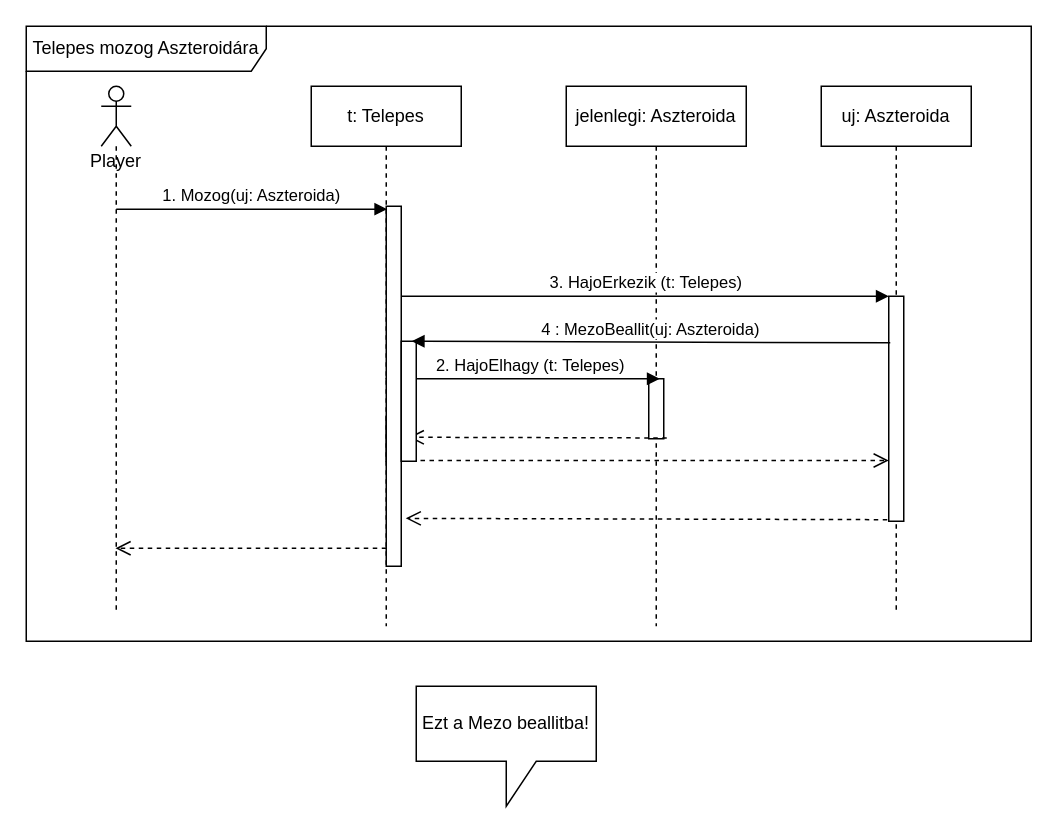
Earlier version of the draw.io diagram doc/szekvencia/szek_TelepesMozog.drawio (torpeBoiGo/aszteroidabanyaszat). Source tidied: cells renumbered, new cells numbered last; positions are measured from the earlier drawing's top-left corner, leaving out a move shared by most shapes. Both pictures are drawn from the tidied source at 150%, with x=0, y=0 at pixel (26, 26).
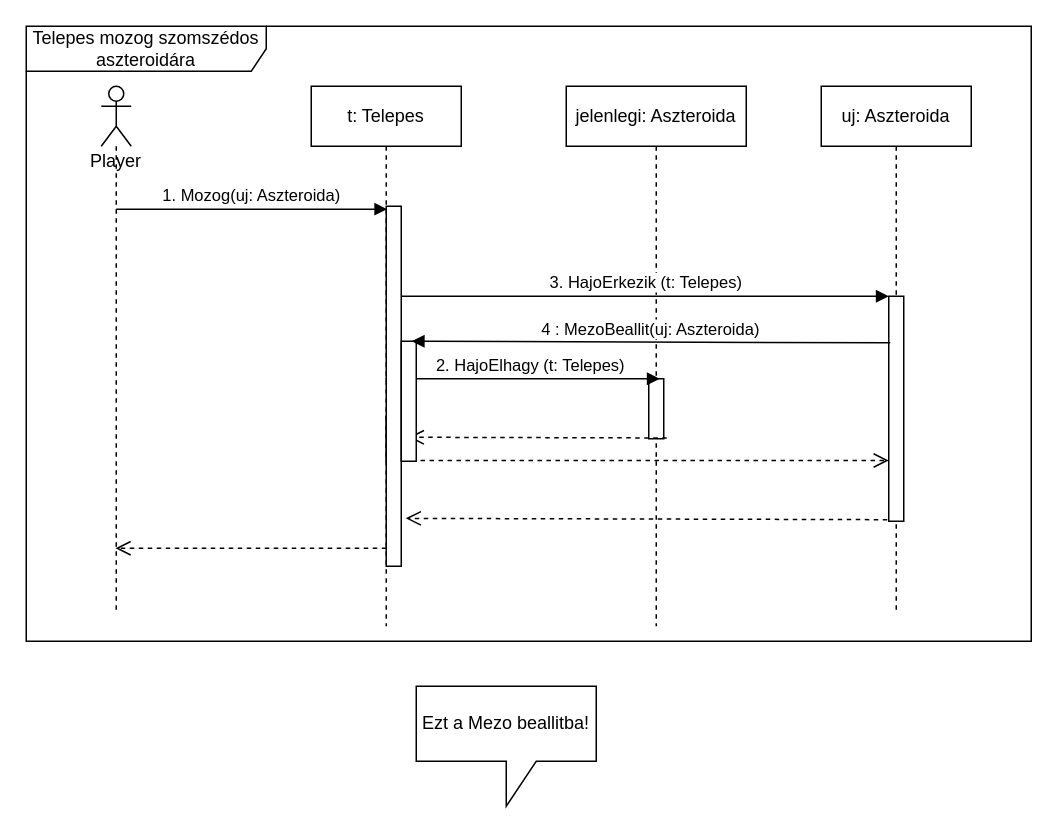
Above is the later version.

Commit message:
név egységes

What changed in the source:
```diff
@@
-    <mxCell id="2" value="Telepes mozog Aszteroidára" style="shape=umlFrame;whiteSpace=wrap;html=1;width=160;height=30;" parent="1" vertex="1">
+    <mxCell id="2" value="Telepes mozog szomszédos aszteroidára" style="shape=umlFrame;whiteSpace=wrap;html=1;width=160;height=30;" parent="1" vertex="1">
       <mxGeometry width="670" height="410" as="geometry" />
     </mxCell>
```
